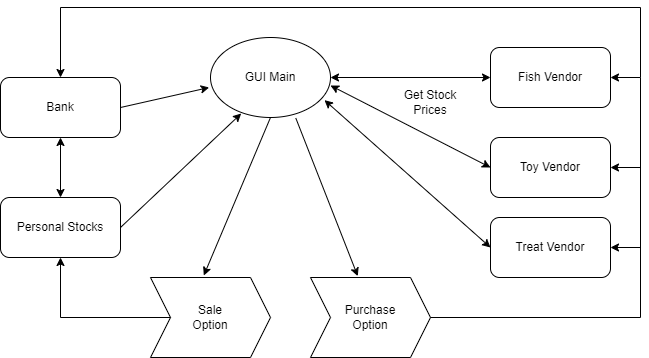
Before: CatModities.drawio.png, a diagram exported from draw.io (Dragonshifty/CatModities). Source tidied: cells renumbered, new cells last; positions are measured from the earlier drawing's top-left corner, leaving out a move shared by most shapes.
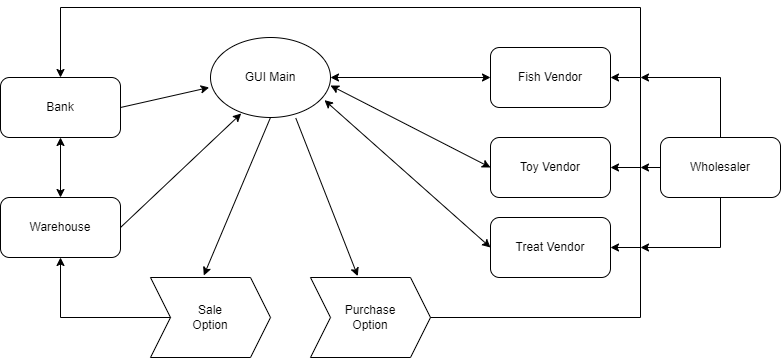
Above is the later version.

Commit message:
CatModities Class Layout.drawio.png

Diff of the diagram source:
```diff
@@ -17,7 +17,7 @@
     <mxCell id="6" value="Treat Vendor&lt;br&gt;" style="rounded=1;whiteSpace=wrap;html=1;" parent="1" vertex="1">
       <mxGeometry x="490" y="210" width="120" height="60" as="geometry" />
     </mxCell>
-    <mxCell id="7" value="Personal Stocks" style="rounded=1;whiteSpace=wrap;html=1;" parent="1" vertex="1">
+    <mxCell id="7" value="Warehouse" style="rounded=1;whiteSpace=wrap;html=1;" parent="1" vertex="1">
       <mxGeometry y="190" width="120" height="60" as="geometry" />
     </mxCell>
     <mxCell id="8" value="Purchase&lt;br&gt;Option" style="shape=step;perimeter=stepPerimeter;whiteSpace=wrap;html=1;fixedSize=1;" parent="1" vertex="1">
@@ -37,9 +37,6 @@
     <mxCell id="12" style="endArrow=classic;startArrow=classic;html=1;rounded=0;entryX=0;entryY=0.5;entryDx=0;entryDy=0;exitX=0.95;exitY=0.783;exitDx=0;exitDy=0;exitPerimeter=0;" parent="1" edge="1" source="3" target="6">
       <mxGeometry relative="1" as="geometry" />
     </mxCell>
-    <mxCell id="13" value="Get Stock Prices" style="text;html=1;strokeColor=none;fillColor=none;align=center;verticalAlign=middle;whiteSpace=wrap;rounded=0;" parent="1" vertex="1">
-      <mxGeometry x="400" y="80" width="60" height="30" as="geometry" />
-    </mxCell>
     <mxCell id="14" style="endArrow=classic;html=1;rounded=0;exitX=0.711;exitY=1.008;exitDx=0;exitDy=0;exitPerimeter=0;entryX=0.394;entryY=-0.017;entryDx=0;entryDy=0;entryPerimeter=0;" parent="1" edge="1" source="3" target="8">
       <mxGeometry relative="1" as="geometry" />
     </mxCell>
@@ -109,5 +106,35 @@
         <mxPoint x="60" y="310" as="sourcePoint" />
       </mxGeometry>
     </mxCell>
+    <mxCell id="29" value="Wholesaler" style="rounded=1;whiteSpace=wrap;html=1;" parent="1" vertex="1">
+      <mxGeometry x="660" y="130" width="120" height="60" as="geometry" />
+    </mxCell>
+    <mxCell id="30" style="endArrow=classic;html=1;rounded=0;exitX=0;exitY=0.5;exitDx=0;exitDy=0;" parent="1" edge="1" source="29">
+      <mxGeometry relative="1" as="geometry">
+        <mxPoint x="640" y="160" as="targetPoint" />
+      </mxGeometry>
+    </mxCell>
+    <mxCell id="31" style="endArrow=none;html=1;rounded=0;exitX=0.5;exitY=0;exitDx=0;exitDy=0;" parent="1" edge="1" source="29">
+      <mxGeometry relative="1" as="geometry">
+        <mxPoint x="720" y="70" as="targetPoint" />
+      </mxGeometry>
+    </mxCell>
+    <mxCell id="32" style="endArrow=none;html=1;rounded=0;entryX=0.5;entryY=1;entryDx=0;entryDy=0;" parent="1" edge="1" target="29">
+      <mxGeometry relative="1" as="geometry">
+        <mxPoint x="720" y="240" as="sourcePoint" />
+      </mxGeometry>
+    </mxCell>
+    <mxCell id="33" style="endArrow=classic;html=1;rounded=0;" parent="1" edge="1">
+      <mxGeometry relative="1" as="geometry">
+        <mxPoint x="720" y="70" as="sourcePoint" />
+        <mxPoint x="640" y="70" as="targetPoint" />
+      </mxGeometry>
+    </mxCell>
+    <mxCell id="34" style="endArrow=classic;html=1;rounded=0;" parent="1" edge="1">
+      <mxGeometry relative="1" as="geometry">
+        <mxPoint x="720" y="240" as="sourcePoint" />
+        <mxPoint x="640" y="240" as="targetPoint" />
+      </mxGeometry>
+    </mxCell>
   </root>
 </mxGraphModel>
```
